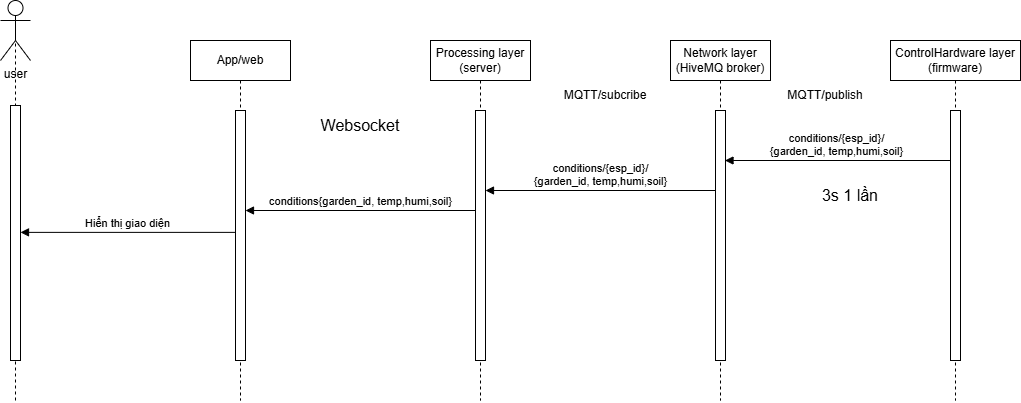
Minh-Quan-dz123/smart_plant_monitoring_and_watering_system keeps this draw.io diagram as details/2_system_analysis_and_sesign/3_sequence_diagram/2 quản lý vườn cây/6_sequence_xem_thoitiet/xem điều kiện môi trường.drawio.png. Above is the earlier version. Source tidied: cells renumbered, new cells last; positions are measured from the earlier drawing's top-left corner, leaving out a move shared by most shapes.
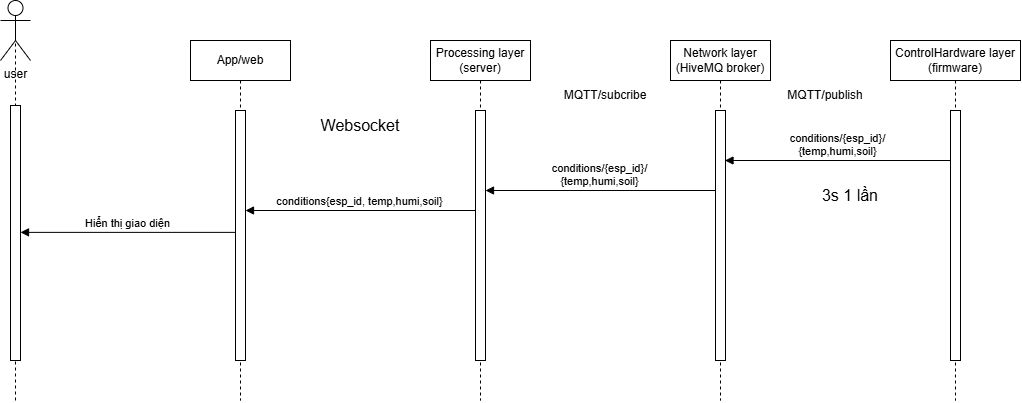
Above is the later version.

Diff of the diagram source:
```diff
@@ -40,7 +40,7 @@
     <mxCell id="13" value="MQTT/publish" style="text;html=1;whiteSpace=wrap;strokeColor=none;fillColor=none;align=center;verticalAlign=middle;rounded=0;" parent="1" vertex="1">
       <mxGeometry x="780" y="85" width="90" height="20" as="geometry" />
     </mxCell>
-    <mxCell id="14" value="conditions/{esp_id}/&lt;div&gt;{garden_id, temp,humi,soil}&lt;/div&gt;" style="html=1;verticalAlign=bottom;endArrow=block;edgeStyle=elbowEdgeStyle;elbow=horizontal;curved=0;rounded=0;" parent="1" edge="1">
+    <mxCell id="14" value="conditions/{esp_id}/&lt;div&gt;{temp,humi,soil}&lt;/div&gt;" style="html=1;verticalAlign=bottom;endArrow=block;edgeStyle=elbowEdgeStyle;elbow=horizontal;curved=0;rounded=0;" parent="1" edge="1">
       <mxGeometry relative="1" as="geometry">
         <mxPoint x="949.5" y="160" as="sourcePoint" />
         <mxPoint x="724.5" y="160" as="targetPoint" />
@@ -52,7 +52,7 @@
     <mxCell id="15" value="MQTT/subcribe" style="text;html=1;whiteSpace=wrap;strokeColor=none;fillColor=none;align=center;verticalAlign=middle;rounded=0;" parent="1" vertex="1">
       <mxGeometry x="560" y="85" width="90" height="20" as="geometry" />
     </mxCell>
-    <mxCell id="16" value="conditions/{esp_id}/&lt;div&gt;{garden_id, temp,humi,soil}&lt;/div&gt;" style="html=1;verticalAlign=bottom;endArrow=block;edgeStyle=elbowEdgeStyle;elbow=horizontal;curved=0;rounded=0;" parent="1" edge="1" source="5" target="10">
+    <mxCell id="16" value="conditions/{esp_id}/&lt;div&gt;{temp,humi,soil}&lt;/div&gt;" style="html=1;verticalAlign=bottom;endArrow=block;edgeStyle=elbowEdgeStyle;elbow=horizontal;curved=0;rounded=0;" parent="1" edge="1" source="5" target="10">
       <mxGeometry relative="1" as="geometry">
         <Array as="points">
           <mxPoint x="548.5" y="190" />
@@ -62,7 +62,7 @@
     <mxCell id="17" value="Websocket" style="text;html=1;whiteSpace=wrap;strokeColor=none;fillColor=none;align=center;verticalAlign=middle;rounded=0;fontSize=16;" parent="1" vertex="1">
       <mxGeometry x="330" y="110" width="60" height="30" as="geometry" />
     </mxCell>
-    <mxCell id="18" value="conditions{garden_id, temp,humi,soil}" style="html=1;verticalAlign=bottom;endArrow=block;edgeStyle=elbowEdgeStyle;elbow=horizontal;curved=0;rounded=0;" parent="1" edge="1">
+    <mxCell id="18" value="conditions{esp_id, temp,humi,soil}" style="html=1;verticalAlign=bottom;endArrow=block;edgeStyle=elbowEdgeStyle;elbow=horizontal;curved=0;rounded=0;" parent="1" edge="1">
       <mxGeometry relative="1" as="geometry">
         <mxPoint x="475" y="210" as="sourcePoint" />
         <mxPoint x="245" y="210" as="targetPoint" />
```
